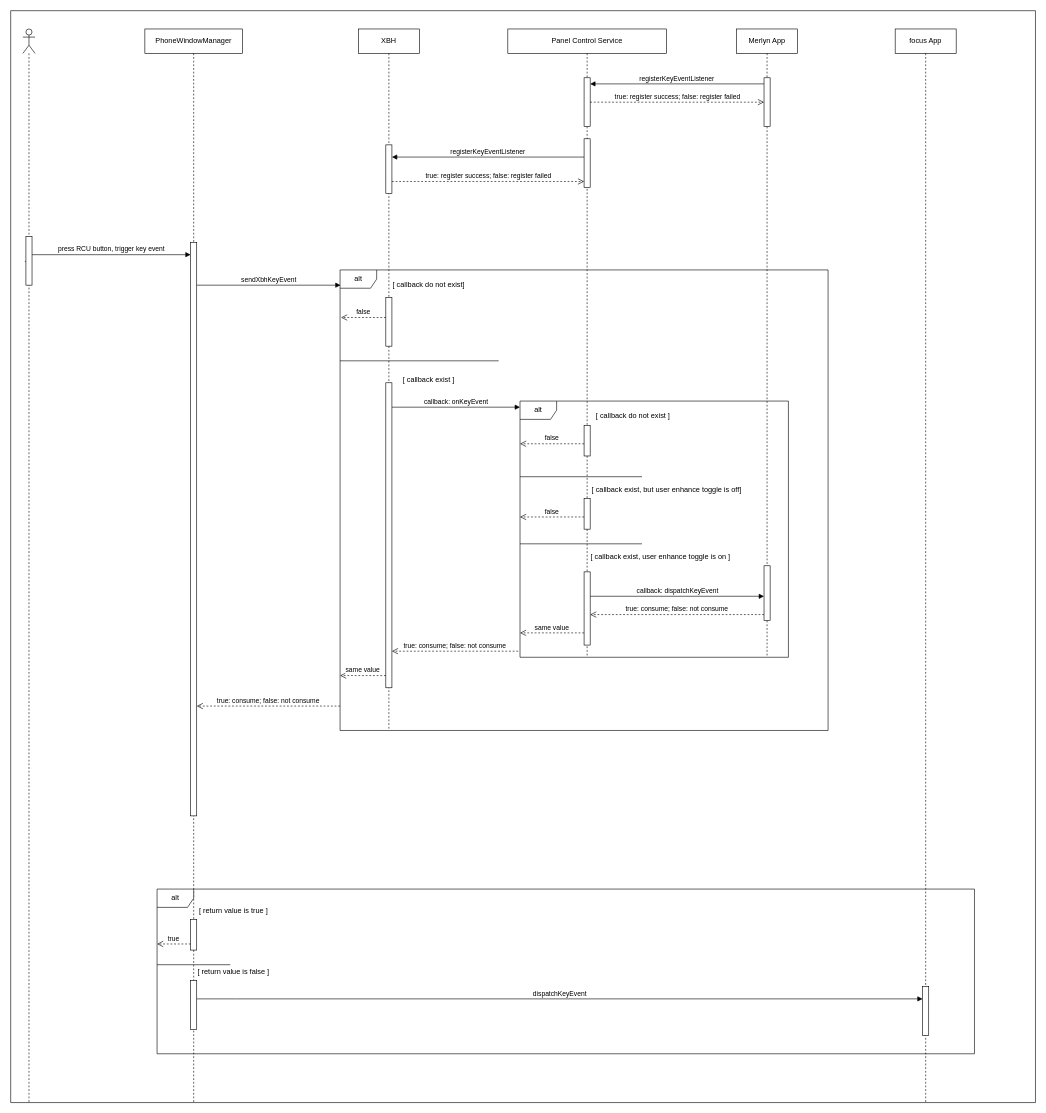
Above: prometheanworld_RCU.drawio in windboat/draw.io (draw.io), before the change. Source tidied: cells renumbered, new cells numbered last; positions are measured from the earlier drawing's top-left corner, leaving out a move shared by most shapes. Both pictures are drawn from the tidied source at 61%, with x=0, y=0 at pixel (10, 10).
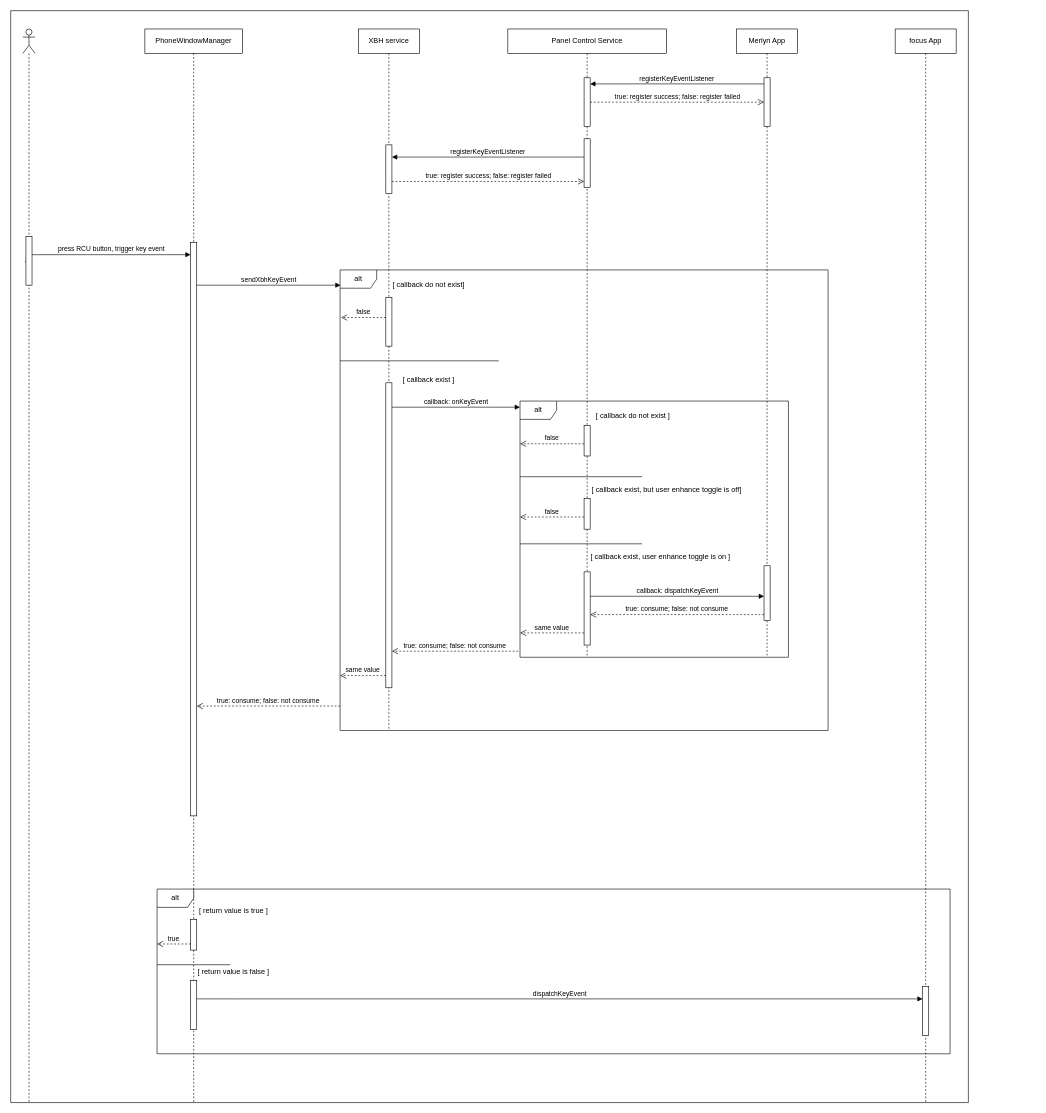
After the change.

Change to the diagram source:
```diff
@@
     <mxCell id="4" style="swimlane;startSize=0;fillStyle=auto;strokeColor=default;gradientColor=default;" parent="1" vertex="1">
-      <mxGeometry width="1680" height="1790" as="geometry" />
+      <mxGeometry width="1570" height="1790" as="geometry" />
     </mxCell>
@@
     <mxCell id="12" value="alt" style="shape=umlFrame;whiteSpace=wrap;html=1;" parent="4" vertex="1">
-      <mxGeometry x="240" y="1440" width="1340" height="270" as="geometry" />
+      <mxGeometry x="240" y="1440" width="1300" height="270" as="geometry" />
     </mxCell>
@@
-    <mxCell id="14" value="XBH" style="shape=umlLifeline;perimeter=lifelinePerimeter;whiteSpace=wrap;html=1;newEdgeStyle={&quot;edgeStyle&quot;:&quot;elbowEdgeStyle&quot;,&quot;elbow&quot;:&quot;vertical&quot;,&quot;curved&quot;:0,&quot;rounded&quot;:0};" parent="4" vertex="1">
+    <mxCell id="14" value="XBH service" style="shape=umlLifeline;perimeter=lifelinePerimeter;whiteSpace=wrap;html=1;newEdgeStyle={&quot;edgeStyle&quot;:&quot;elbowEdgeStyle&quot;,&quot;elbow&quot;:&quot;vertical&quot;,&quot;curved&quot;:0,&quot;rounded&quot;:0};" parent="4" vertex="1">
       <mxGeometry x="570" y="30" width="100" height="1150" as="geometry" />
     </mxCell>
```
